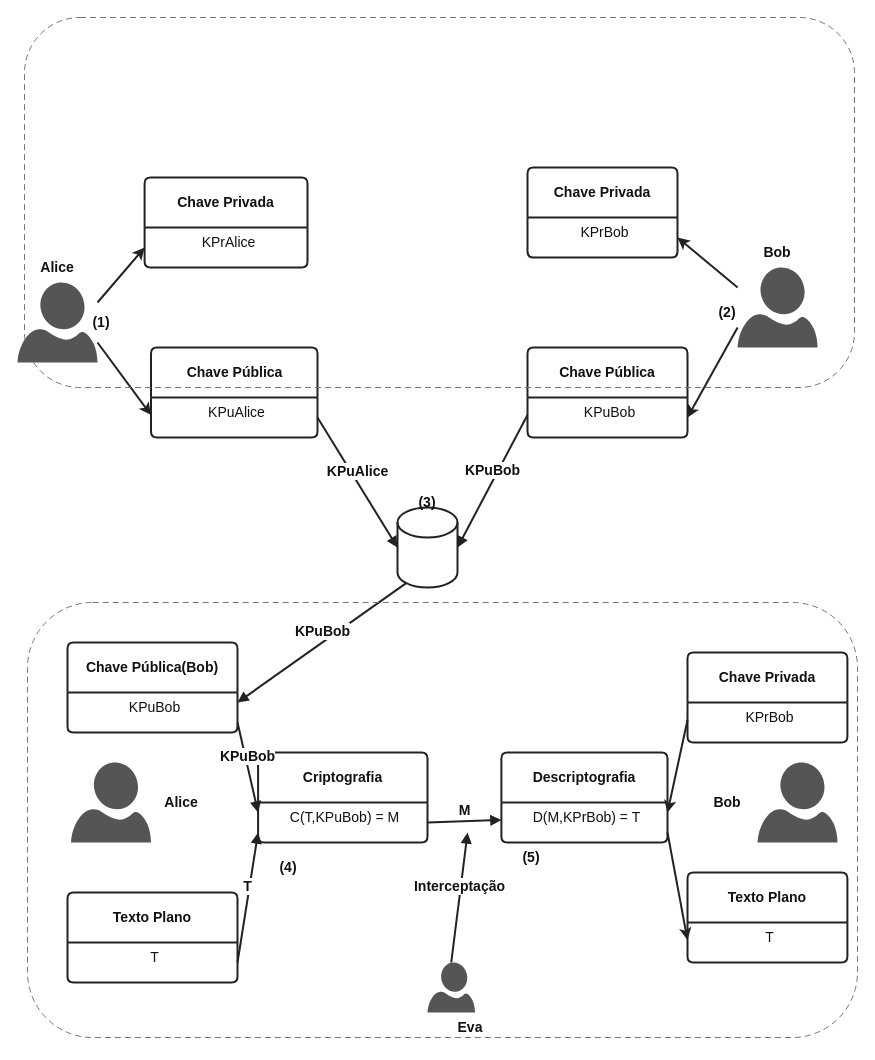
Above: conceitos/img/algoritmo_assimetrico.drawio in abreuferr/criptografia (draw.io), before the change. Source tidied: cells renumbered, new cells numbered last; positions are measured from the earlier drawing's top-left corner, leaving out a move shared by most shapes. Both pictures are drawn from the tidied source at 100%, with x=0, y=0 at pixel (17, 17).
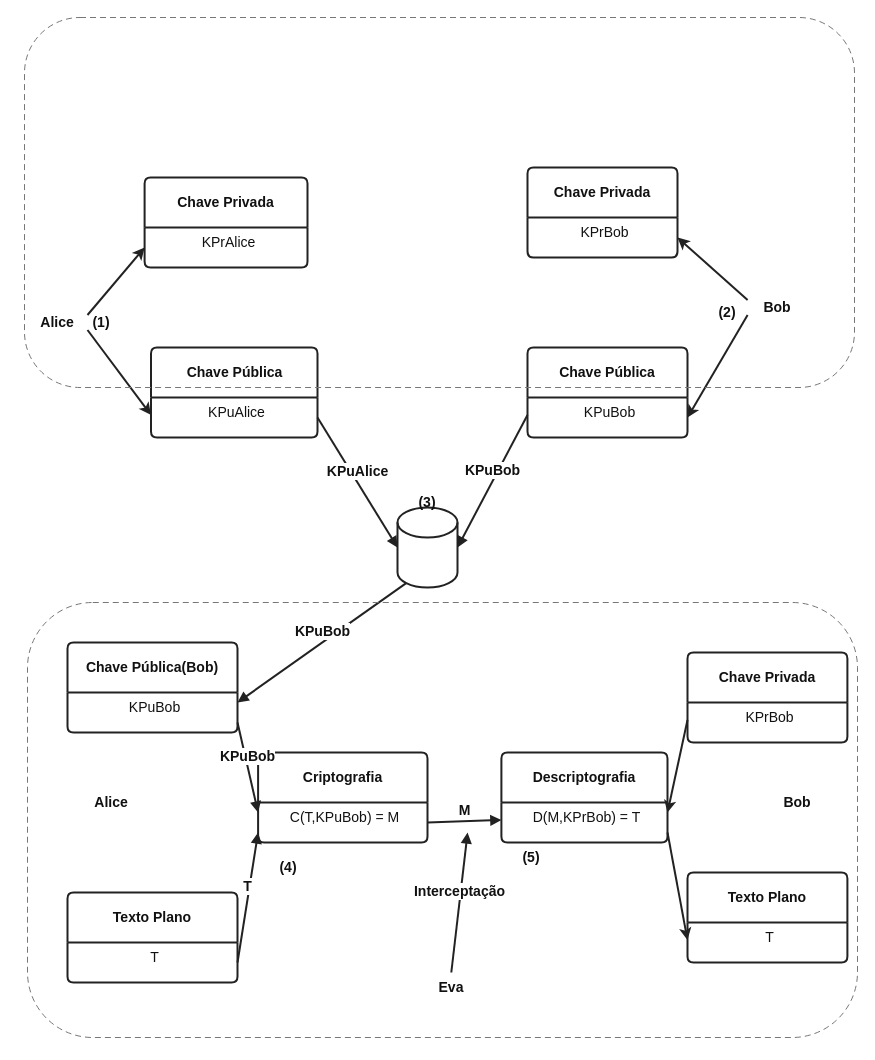
The same diagram, later.

Unchanged cells that the change refers to:
```xml
<mxCell id="5" value="&lt;b&gt;&lt;font style=&quot;font-size:14px;&quot;&gt;Chave Pública&lt;/font&gt;&lt;/b&gt;" style="swimlane;horizontal=1;startSize=50;rounded=1;fontSize=14;fontStyle=0;strokeWidth=2;shadow=0;dashed=0;align=center;arcSize=4;whiteSpace=wrap;html=1;fillColor=none;strokeColor=#222222;fontColor=#111111;fontFamily=Helvetica;" parent="1" vertex="1">
  <mxGeometry x="133.5" y="330" width="166.5" height="90" as="geometry" />
</mxCell>
<mxCell id="8" value="&lt;font style=&quot;font-size:14px;&quot;&gt;KPrAlice&lt;/font&gt;" style="align=center;strokeColor=none;fillColor=none;spacingLeft=4;fontSize=14;verticalAlign=top;html=1;fontColor=#111111;fontFamily=Helvetica;" parent="7" vertex="1">
  <mxGeometry y="50" width="162.9" height="40" as="geometry" />
</mxCell>
<mxCell id="10" value="&lt;font style=&quot;font-size:14px;&quot;&gt;KPuBob&lt;/font&gt;" style="align=center;strokeColor=none;fillColor=none;spacingLeft=4;fontSize=14;verticalAlign=top;html=1;fontColor=#111111;fontFamily=Helvetica;" parent="9" vertex="1">
  <mxGeometry y="50" width="160" height="40" as="geometry" />
</mxCell>
<mxCell id="12" value="&lt;font style=&quot;font-size:14px;&quot;&gt;KPrBob&lt;/font&gt;" style="align=center;strokeColor=none;fillColor=none;spacingLeft=4;fontSize=14;verticalAlign=top;html=1;fontColor=#111111;fontFamily=Helvetica;" parent="11" vertex="1">
  <mxGeometry y="50" width="150" height="40" as="geometry" />
</mxCell>
```

Change to the diagram source:
```diff
@@
     <mxCell id="2" value="&lt;b&gt;&lt;font style=&quot;font-size:14px;&quot;&gt;Bob&lt;/font&gt;&lt;/b&gt;" style="text;html=1;align=center;verticalAlign=middle;whiteSpace=wrap;rounded=1;fillColor=none;strokeColor=none;strokeWidth=2;fontColor=#111111;fontFamily=Helvetica;fontSize=14;" parent="1" vertex="1">
-      <mxGeometry x="730.1" y="220" width="60" height="30" as="geometry" />
+      <mxGeometry x="730.1" y="275" width="60" height="30" as="geometry" />
     </mxCell>
-    <mxCell id="3" style="verticalLabelPosition=bottom;html=1;verticalAlign=top;align=center;strokeColor=none;fillColor=#555555;shape=mxgraph.azure.user;strokeWidth=2;fontColor=#111111;fontFamily=Helvetica;" parent="1" vertex="1">
-      <mxGeometry x="410" y="945" width="47.5" height="50" as="geometry" />
-    </mxCell>
     <mxCell id="4" value="&lt;b style=&quot;font-size:14px;&quot;&gt;Eva&lt;/b&gt;" style="text;html=1;align=center;verticalAlign=middle;whiteSpace=wrap;rounded=1;fontSize=14;fillColor=none;strokeColor=none;strokeWidth=2;fontColor=#111111;fontFamily=Helvetica;" parent="1" vertex="1">
-      <mxGeometry x="423.4" y="995" width="60" height="30" as="geometry" />
+      <mxGeometry x="403.8" y="955" width="60" height="30" as="geometry" />
     </mxCell>
@@
     <mxCell id="14" value="&lt;b&gt;&lt;font style=&quot;font-size:14px;&quot;&gt;Alice&lt;/font&gt;&lt;/b&gt;" style="text;html=1;align=center;verticalAlign=middle;whiteSpace=wrap;rounded=1;fillColor=none;strokeColor=none;strokeWidth=2;fontColor=#111111;fontFamily=Helvetica;fontSize=14;" parent="1" vertex="1">
-      <mxGeometry x="133.5" y="770" width="60" height="30" as="geometry" />
+      <mxGeometry x="63.5" y="770" width="60" height="30" as="geometry" />
     </mxCell>
     <mxCell id="15" value="&lt;b&gt;&lt;font style=&quot;font-size:14px;&quot;&gt;Bob&lt;/font&gt;&lt;/b&gt;" style="text;html=1;align=center;verticalAlign=middle;whiteSpace=wrap;rounded=1;fillColor=none;strokeColor=none;strokeWidth=2;fontColor=#111111;fontFamily=Helvetica;fontSize=14;" parent="1" vertex="1">
-      <mxGeometry x="680" y="770" width="60" height="30" as="geometry" />
+      <mxGeometry x="750" y="770" width="60" height="30" as="geometry" />
     </mxCell>
@@
-    <mxCell id="28" value="&lt;font style=&quot;font-size:14px;&quot;&gt;&lt;b&gt;Interceptação&lt;/b&gt;&lt;/font&gt;" style="html=1;verticalAlign=bottom;endArrow=block;curved=0;rounded=0;exitX=0.5;exitY=0;exitDx=0;exitDy=0;exitPerimeter=0;strokeColor=#222222;strokeWidth=2;fontColor=#111111;fontFamily=Helvetica;" parent="1" edge="1" source="3">
+    <mxCell id="28" value="&lt;font style=&quot;font-size:14px;&quot;&gt;&lt;b&gt;Interceptação&lt;/b&gt;&lt;/font&gt;" style="html=1;verticalAlign=bottom;endArrow=block;curved=0;rounded=0;exitX=0.5;exitY=0;exitDx=0;exitDy=0;exitPerimeter=0;strokeColor=#222222;strokeWidth=2;fontColor=#111111;fontFamily=Helvetica;" parent="1" edge="1" source="4">
       <mxGeometry relative="1" as="geometry">
         <mxPoint x="450.1" y="815" as="targetPoint" />
       </mxGeometry>
     </mxCell>
@@
     <mxCell id="32" value="&lt;b&gt;&lt;font style=&quot;font-size:14px;&quot;&gt;Alice&lt;/font&gt;&lt;/b&gt;" style="text;html=1;align=center;verticalAlign=middle;whiteSpace=wrap;rounded=1;fillColor=none;strokeColor=none;strokeWidth=2;fontColor=#111111;fontFamily=Helvetica;fontSize=14;" parent="1" vertex="1">
-      <mxGeometry x="10" y="235" width="60" height="30" as="geometry" />
+      <mxGeometry x="10" y="290" width="60" height="30" as="geometry" />
     </mxCell>
@@
-    <mxCell id="37" style="endArrow=classic;html=1;rounded=0;exitX=1;exitY=0.25;exitDx=0;exitDy=0;entryX=0;entryY=0.5;entryDx=0;entryDy=0;strokeColor=#222222;strokeWidth=2;fontColor=#111111;fontFamily=Helvetica;" parent="1" edge="1" source="52" target="8">
+    <mxCell id="37" style="endArrow=classic;html=1;rounded=0;exitX=1;exitY=0.25;exitDx=0;exitDy=0;entryX=0;entryY=0.5;entryDx=0;entryDy=0;strokeColor=#222222;strokeWidth=2;fontColor=#111111;fontFamily=Helvetica;" parent="1" edge="1" source="32" target="8">
       <mxGeometry relative="1" as="geometry" />
     </mxCell>
-    <mxCell id="38" style="endArrow=classic;html=1;rounded=0;exitX=1;exitY=0.75;exitDx=0;exitDy=0;entryX=0;entryY=0.75;entryDx=0;entryDy=0;strokeColor=#222222;strokeWidth=2;fontColor=#111111;fontFamily=Helvetica;" parent="1" edge="1" source="52" target="5">
+    <mxCell id="38" style="endArrow=classic;html=1;rounded=0;exitX=1;exitY=0.75;exitDx=0;exitDy=0;entryX=0;entryY=0.75;entryDx=0;entryDy=0;strokeColor=#222222;strokeWidth=2;fontColor=#111111;fontFamily=Helvetica;" parent="1" edge="1" source="32" target="5">
       <mxGeometry relative="1" as="geometry" />
     </mxCell>
-    <mxCell id="39" style="endArrow=classic;html=1;rounded=0;exitX=0;exitY=0.25;exitDx=0;exitDy=0;entryX=1;entryY=0.5;entryDx=0;entryDy=0;strokeColor=#222222;strokeWidth=2;fontColor=#111111;fontFamily=Helvetica;" parent="1" edge="1" source="50" target="12">
+    <mxCell id="39" style="endArrow=classic;html=1;rounded=0;exitX=0;exitY=0.25;exitDx=0;exitDy=0;entryX=1;entryY=0.5;entryDx=0;entryDy=0;strokeColor=#222222;strokeWidth=2;fontColor=#111111;fontFamily=Helvetica;" parent="1" edge="1" source="2" target="12">
       <mxGeometry relative="1" as="geometry" />
     </mxCell>
-    <mxCell id="40" style="endArrow=classic;html=1;rounded=0;exitX=0;exitY=0.75;exitDx=0;exitDy=0;entryX=1;entryY=0.5;entryDx=0;entryDy=0;strokeColor=#222222;strokeWidth=2;fontColor=#111111;fontFamily=Helvetica;" parent="1" edge="1" source="50" target="10">
+    <mxCell id="40" style="endArrow=classic;html=1;rounded=0;exitX=0;exitY=0.75;exitDx=0;exitDy=0;entryX=1;entryY=0.5;entryDx=0;entryDy=0;strokeColor=#222222;strokeWidth=2;fontColor=#111111;fontFamily=Helvetica;" parent="1" edge="1" source="2" target="10">
       <mxGeometry relative="1" as="geometry" />
     </mxCell>
@@
-    <mxCell id="49" style="verticalLabelPosition=bottom;html=1;verticalAlign=top;align=center;strokeColor=none;fillColor=#555555;shape=mxgraph.azure.user;" parent="1" vertex="1">
-      <mxGeometry x="53.5" y="745" width="80" height="80" as="geometry" />
-    </mxCell>
-    <mxCell id="50" style="verticalLabelPosition=bottom;html=1;verticalAlign=top;align=center;strokeColor=none;fillColor=#555555;shape=mxgraph.azure.user;" parent="1" vertex="1">
-      <mxGeometry x="720.1" y="250" width="80" height="80" as="geometry" />
-    </mxCell>
-    <mxCell id="51" style="verticalLabelPosition=bottom;html=1;verticalAlign=top;align=center;strokeColor=none;fillColor=#555555;shape=mxgraph.azure.user;" parent="1" vertex="1">
-      <mxGeometry x="740" y="745" width="80" height="80" as="geometry" />
-    </mxCell>
-    <mxCell id="52" style="verticalLabelPosition=bottom;html=1;verticalAlign=top;align=center;strokeColor=none;fillColor=#555555;shape=mxgraph.azure.user;" parent="1" vertex="1">
-      <mxGeometry y="265" width="80" height="80" as="geometry" />
-    </mxCell>
```
